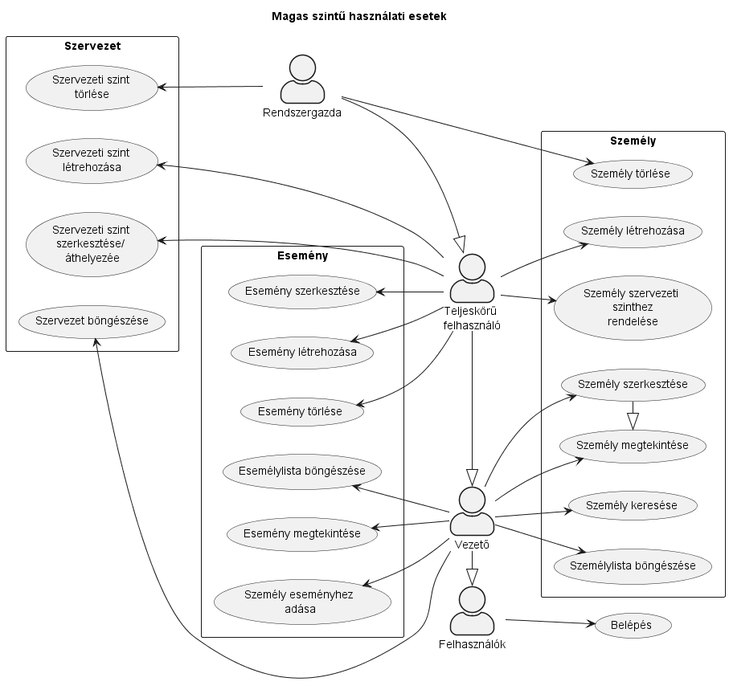
The PlantUML diagram out/Használati_esetek_HL/Használati_esetek_HL.png in Vibenk/LilaElefant, before a commit.
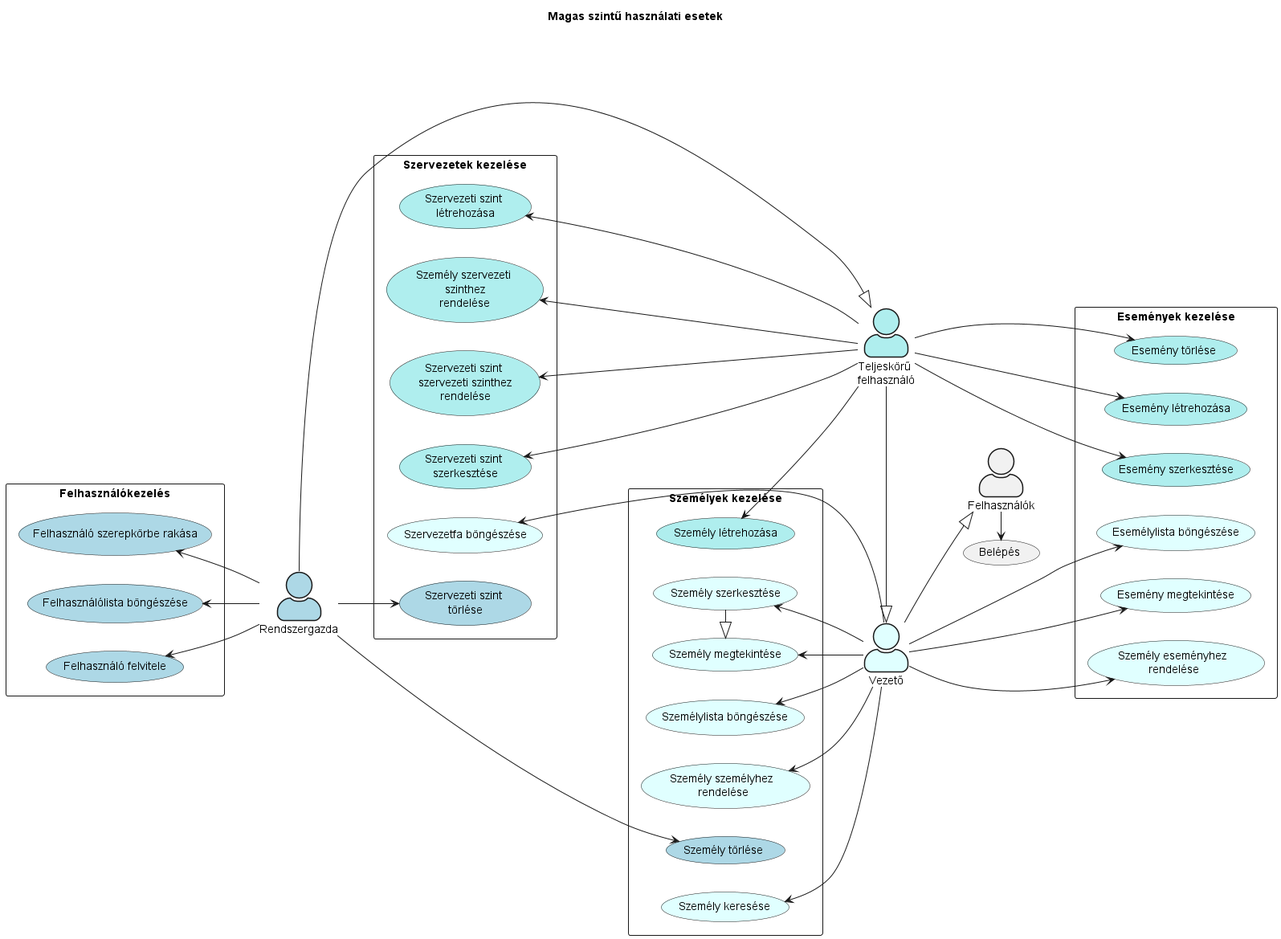
The same file after the commit.

What changed in the source:
```diff
@@ -5,65 +5,87 @@
 skinparam actorStyle awesome
 left to right direction
 
-"Teljeskörű \nfelhasználó" as SuperUser
-"Vezető" as User
+"Teljeskörű \nfelhasználó" as SuperUser #PaleTurquoise
+"Vezető" as User #LightCyan
 "Felhasználók" as Users
-"Rendszergazda" as Admin
+"Rendszergazda" as Admin #LightBlue
 
 (Belépés) as Login
-rectangle "Szervezet" {
-    (Szervezet böngészése) as DisplayHierarchy
-    (Szervezeti szint \nlétrehozása) as CreateOrg
-    (Szervezeti szint \nszerkesztése/ \náthelyezée) as EditOrg
-    (Szervezeti szint \ntörlése) as DeleteOrg
+rectangle "Szervezetek kezelése" {
+    (Szervezetfa böngészése) as BrowseHierarchy #LightCyan
+    (Szervezeti szint \nlétrehozása) as CreateOrg #PaleTurquoise
+    (Szervezeti szint \nszerkesztése) as EditOrg #PaleTurquoise
+    (Szervezeti szint \nszervezeti szinthez\nrendelése) as LinkOrg #PaleTurquoise
+    (Szervezeti szint \ntörlése) as DeleteOrg #LightBlue
+    (Személy szervezeti \n szinthez \nrendelése) as AssignPerson #PaleTurquoise
 }
-rectangle "Személy" {
-    (Személylista böngészése) as BrowsePeople
-    (Személy megtekintése) as DisplayPerson
-    (Személy szerkesztése) as EditPerson
-    (Személy létrehozása) as CreatePerson
-    (Személy szervezeti \n szinthez \nrendelése) as AssignPerson
-    (Személy törlése) as DeletePerson
-    (Személy keresése) as SearchPerson
+rectangle "Személyek kezelése" {
+    (Személylista böngészése) as BrowsePeople #LightCyan
+    (Személy megtekintése) as DisplayPerson #LightCyan
+    (Személy szerkesztése) as EditPerson #LightCyan
+    (Személy létrehozása) as CreatePerson #PaleTurquoise
+    (Személy törlése) as DeletePerson #LightBlue
+    (Személy keresése) as SearchPerson #LightCyan
+    (Személy személyhez \nrendelése) as LinkPerson #LightCyan
 }
-rectangle "Esemény" {
-    (Esemény létrehozása) as CreateEvent
-    (Esemény szerkesztése) as EditEvent
-    (Esemény törlése) as DeleteEvent
-    (Esemény megtekintése) as DisplayEvent
-    (Személy eseményhez \nadása) as AssignPersonEvent
-    (Esemélylista böngészése) as BrowseEvents
+rectangle "Események kezelése" {
+    (Esemény létrehozása) as CreateEvent #PaleTurquoise
+    (Esemény szerkesztése) as EditEvent #PaleTurquoise
+    (Esemény törlése) as DeleteEvent #PaleTurquoise
+    (Esemény megtekintése) as DisplayEvent #LightCyan
+    (Személy eseményhez \nrendelése) as AssignPersonEvent #LightCyan
+    (Esemélylista böngészése) as BrowseEvents #LightCyan
 }
+rectangle "Felhasználókezelés" {
+    (Felhasználó felvitele) as AddUser #LightBlue
+    (Felhasználólista böngészése) as BrowseUsers #LightBlue
+    (Felhasználó szerepkörbe rakása) as AssignUser #LightBlue
+}
+
+
 
 EditPerson -left-|> DisplayPerson
 
-Users --> Login
-    Admin --|> SuperUser
-    SuperUser -right-|> User
-    User -|> Users
+Admin -----|> SuperUser
+SuperUser -right-|> User
+User --|> Users
+
+Users -right-> Login
+
+User -left-> BrowsePeople
+User -left-> DisplayPerson
+User -left-> EditPerson
+User -left-> LinkPerson
+User -left-> SearchPerson
+
+User ---up-> BrowseHierarchy
+
+User ---> DisplayEvent
+User ---> AssignPersonEvent
+User ---> BrowseEvents
 
 
-User -left-> DisplayHierarchy
-User --> BrowsePeople
-User --> DisplayPerson
-User --> EditPerson
-User -> SearchPerson
-User -up-> DisplayEvent
-User -up-> AssignPersonEvent
-User -> BrowseEvents
+
+SuperUser -up-> CreatePerson
+SuperUser -up-> AssignPerson
+
+SuperUser ---up-> CreateOrg
+SuperUser ---up-> EditOrg
+SuperUser ---up-> LinkOrg
+
+SuperUser ---> DeleteEvent
+SuperUser ---> CreateEvent
+SuperUser ---> EditEvent
 
 
-SuperUser -left-> CreateOrg
-SuperUser -left-> EditOrg
-SuperUser -> CreatePerson
-SuperUser -> AssignPerson
-SuperUser -up-> DeleteEvent
-SuperUser -up-> CreateEvent
-SuperUser -up-> EditEvent
 
-Admin -up-> DeleteOrg
-Admin -up-> DeletePerson
+Admin -> DeletePerson
 
+Admin --> DeleteOrg
+
+Admin -up-> AddUser
+Admin -up-> BrowseUsers
+Admin -up-> AssignUser
 
 
 
```
